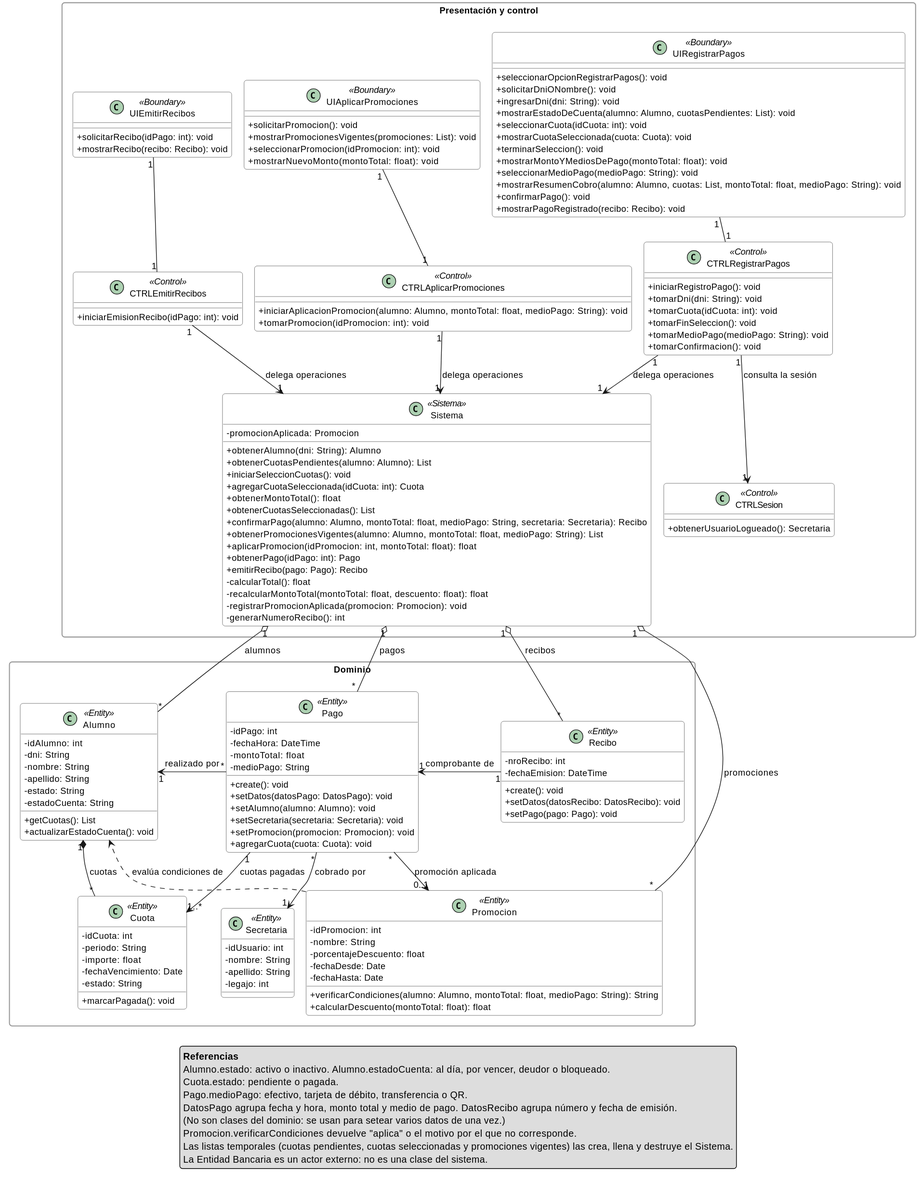
Above: tpi2/02-realizacion-cu/2_clases_registrar_pagos.svg in sandobaitt/TpDiseno (PlantUML), before the change.
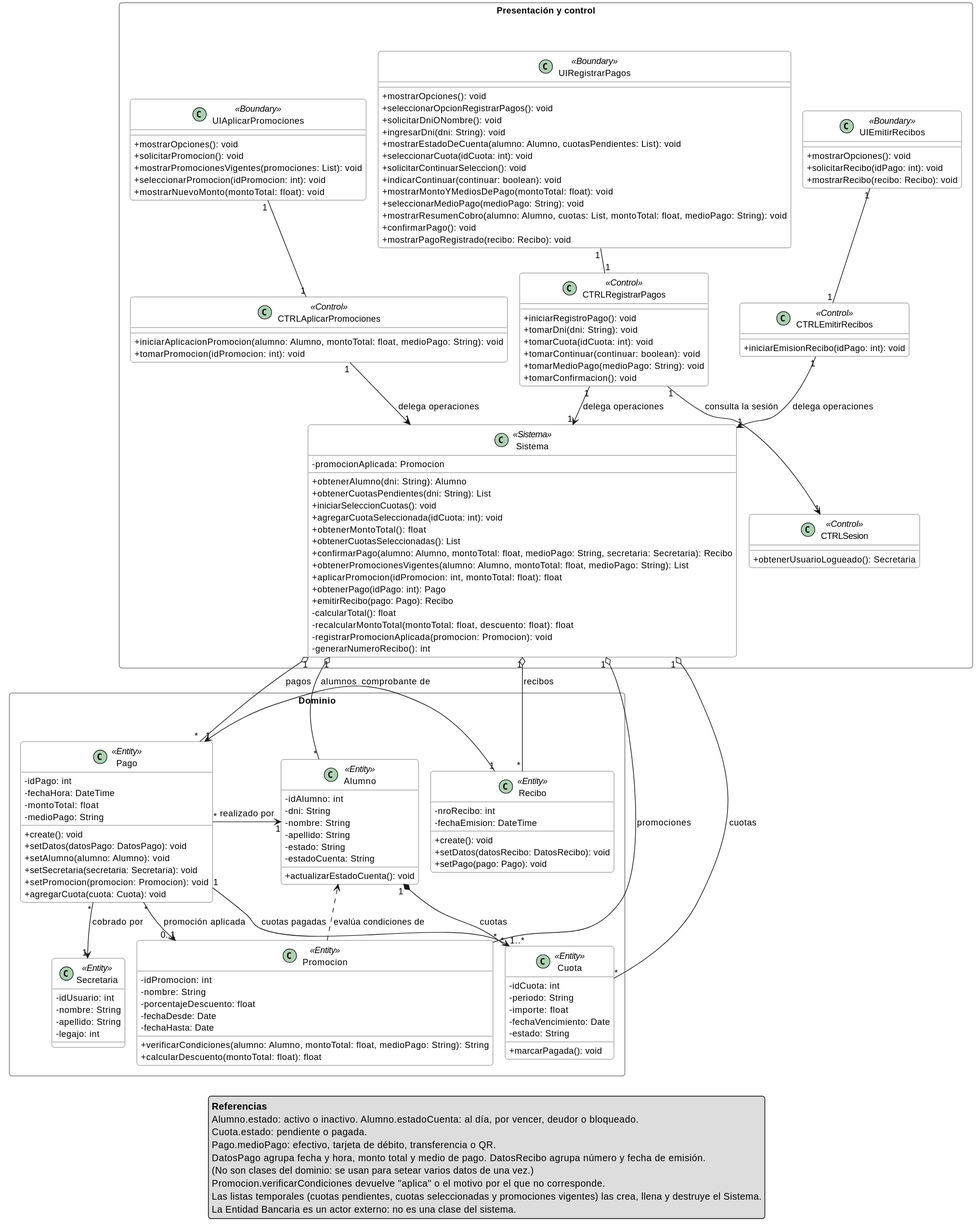
After the commit.

The edit, as a diff of the source:
```diff
@@ -16,13 +16,14 @@
 package "Presentación y control" {
 
     class UIRegistrarPagos <<Boundary>> {
+        + mostrarOpciones(): void
         + seleccionarOpcionRegistrarPagos(): void
         + solicitarDniONombre(): void
         + ingresarDni(dni: String): void
         + mostrarEstadoDeCuenta(alumno: Alumno, cuotasPendientes: List): void
         + seleccionarCuota(idCuota: int): void
-        + mostrarCuotaSeleccionada(cuota: Cuota): void
-        + terminarSeleccion(): void
+        + solicitarContinuarSeleccion(): void
+        + indicarContinuar(continuar: boolean): void
         + mostrarMontoYMediosDePago(montoTotal: float): void
         + seleccionarMedioPago(medioPago: String): void
         + mostrarResumenCobro(alumno: Alumno, cuotas: List, montoTotal: float, medioPago: String): void
@@ -34,12 +35,13 @@
         + iniciarRegistroPago(): void
         + tomarDni(dni: String): void
         + tomarCuota(idCuota: int): void
-        + tomarFinSeleccion(): void
+        + tomarContinuar(continuar: boolean): void
         + tomarMedioPago(medioPago: String): void
         + tomarConfirmacion(): void
     }
 
     class UIAplicarPromociones <<Boundary>> {
+        + mostrarOpciones(): void
         + solicitarPromocion(): void
         + mostrarPromocionesVigentes(promociones: List): void
         + seleccionarPromocion(idPromocion: int): void
@@ -52,6 +54,7 @@
     }
 
     class UIEmitirRecibos <<Boundary>> {
+        + mostrarOpciones(): void
         + solicitarRecibo(idPago: int): void
         + mostrarRecibo(recibo: Recibo): void
     }
@@ -67,9 +70,9 @@
     class Sistema <<Sistema>> {
         - promocionAplicada: Promocion
         + obtenerAlumno(dni: String): Alumno
-        + obtenerCuotasPendientes(alumno: Alumno): List
+        + obtenerCuotasPendientes(dni: String): List
         + iniciarSeleccionCuotas(): void
-        + agregarCuotaSeleccionada(idCuota: int): Cuota
+        + agregarCuotaSeleccionada(idCuota: int): void
         + obtenerMontoTotal(): float
         + obtenerCuotasSeleccionadas(): List
         + confirmarPago(alumno: Alumno, montoTotal: float, medioPago: String, secretaria: Secretaria): Recibo
@@ -93,7 +96,6 @@
         - apellido: String
         - estado: String
         - estadoCuenta: String
-        + getCuotas(): List
         + actualizarEstadoCuenta(): void
     }
 
@@ -155,6 +157,7 @@
 CTRLEmitirRecibos "1" --> "1" Sistema : delega operaciones
 
 Sistema "1" o-- "*" Alumno : alumnos
+Sistema "1" o-- "*" Cuota : cuotas
 Sistema "1" o-- "*" Pago : pagos
 Sistema "1" o-- "*" Recibo : recibos
 Sistema "1" o-- "*" Promocion : promociones
```
